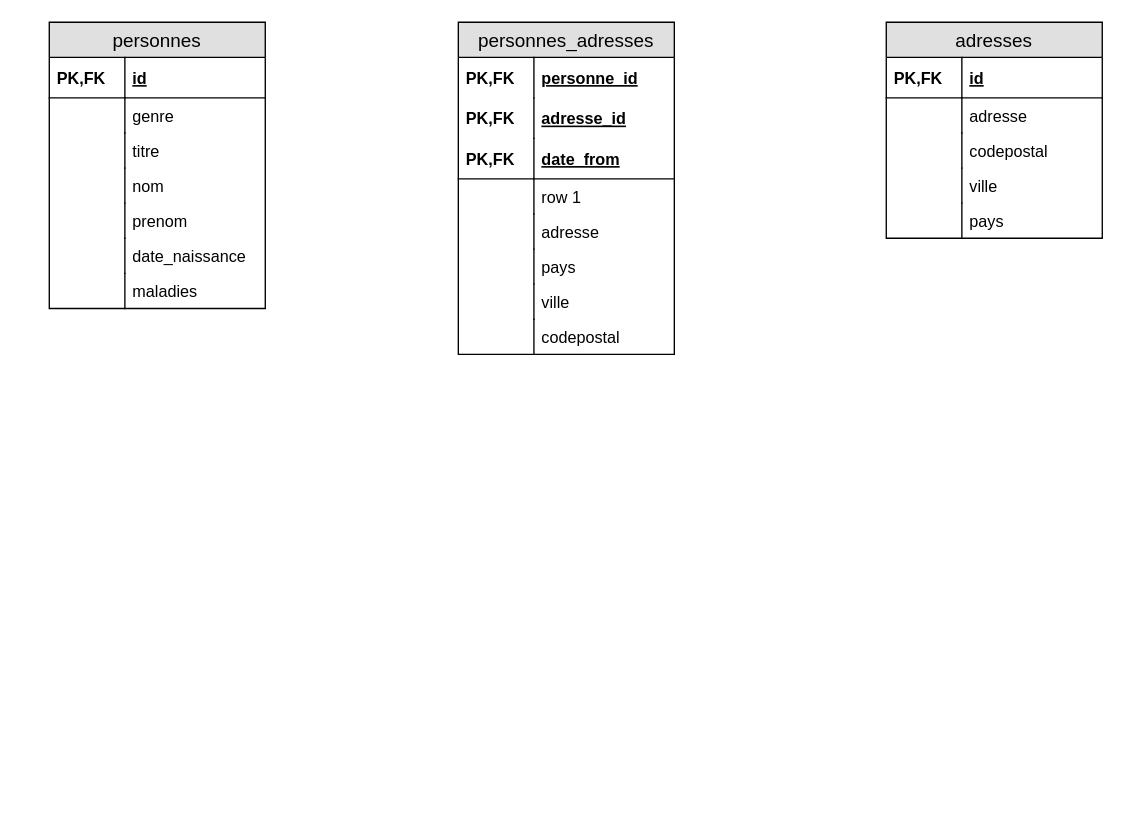
The draw.io diagram Untitled Diagram.drawio in uniswim/uniswim, before the edit. Source tidied: cells renumbered, new cells numbered last; positions are measured from the earlier drawing's top-left corner, leaving out a move shared by most shapes. Both pictures are drawn from the tidied source at 135%, with x=0, y=0 at pixel (49, 22).
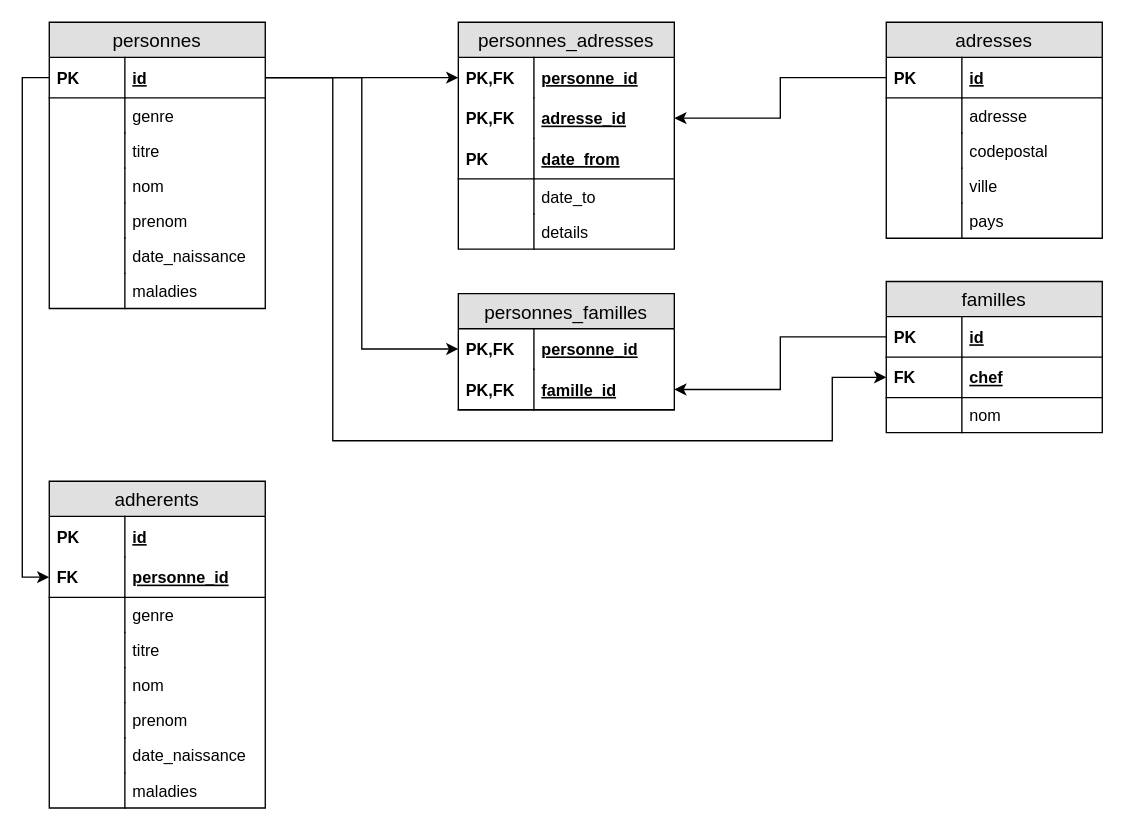
Above is the later version.

Unchanged cells that the change refers to:
```xml
<mxCell id="3" value="id" style="shape=partialRectangle;top=0;left=0;right=0;bottom=1;align=left;verticalAlign=middle;fillColor=none;spacingLeft=60;spacingRight=4;overflow=hidden;points=[[0,0.5],[1,0.5]];portConstraint=eastwest;fontStyle=5;fontSize=12;" parent="2" vertex="1">
  <mxGeometry y="26" width="160" height="30" as="geometry" />
</mxCell>
<mxCell id="18" value="id" style="shape=partialRectangle;top=0;left=0;right=0;bottom=1;align=left;verticalAlign=middle;fillColor=none;spacingLeft=60;spacingRight=4;overflow=hidden;points=[[0,0.5],[1,0.5]];portConstraint=eastwest;fontStyle=5;fontSize=12;" parent="17" vertex="1">
  <mxGeometry y="26" width="160" height="30" as="geometry" />
</mxCell>
<mxCell id="29" value="personne_id" style="shape=partialRectangle;top=0;left=0;right=0;bottom=1;align=left;verticalAlign=middle;fillColor=none;spacingLeft=60;spacingRight=4;overflow=hidden;points=[[0,0.5],[1,0.5]];portConstraint=eastwest;fontStyle=5;fontSize=12;strokeColor=none;" parent="28" vertex="1">
  <mxGeometry y="26" width="160" height="30" as="geometry" />
</mxCell>
<mxCell id="31" value="adresse_id" style="shape=partialRectangle;top=0;left=0;right=0;bottom=1;align=left;verticalAlign=middle;fillColor=none;spacingLeft=60;spacingRight=4;overflow=hidden;points=[[0,0.5],[1,0.5]];portConstraint=eastwest;fontStyle=5;fontSize=12;strokeColor=none;" parent="28" vertex="1">
  <mxGeometry y="56" width="160" height="30" as="geometry" />
</mxCell>
<mxCell id="33" value="date_from" style="shape=partialRectangle;top=0;left=0;right=0;bottom=1;align=left;verticalAlign=middle;fillColor=none;spacingLeft=60;spacingRight=4;overflow=hidden;fontStyle=5;fontSize=12;" parent="28" vertex="1">
  <mxGeometry y="86" width="160" height="30" as="geometry" />
</mxCell>
```

What changed in the source:
```diff
@@
-    <mxCell id="4" value="PK,FK" style="shape=partialRectangle;fontStyle=1;top=0;left=0;bottom=0;fillColor=none;align=left;verticalAlign=middle;spacingLeft=4;spacingRight=4;overflow=hidden;fontSize=12;" parent="3" vertex="1">
+    <mxCell id="4" value="PK" style="shape=partialRectangle;fontStyle=1;top=0;left=0;bottom=0;fillColor=none;align=left;verticalAlign=middle;spacingLeft=4;spacingRight=4;overflow=hidden;fontSize=12;" parent="3" vertex="1">
       <mxGeometry width="56" height="30" as="geometry" />
     </mxCell>
@@
-    <mxCell id="19" value="PK,FK" style="shape=partialRectangle;fontStyle=1;top=0;left=0;bottom=0;fillColor=none;align=left;verticalAlign=middle;spacingLeft=4;spacingRight=4;overflow=hidden;fontSize=12;" parent="18" vertex="1">
+    <mxCell id="19" value="PK" style="shape=partialRectangle;fontStyle=1;top=0;left=0;bottom=0;fillColor=none;align=left;verticalAlign=middle;spacingLeft=4;spacingRight=4;overflow=hidden;fontSize=12;" parent="18" vertex="1">
       <mxGeometry width="56" height="30" as="geometry" />
     </mxCell>
@@
     <mxCell id="28" value="personnes_adresses" style="swimlane;fontStyle=0;horizontal=1;startSize=26;fillColor=#e0e0e0;swimlaneFillColor=#ffffff;align=center;fontSize=14;" parent="1" vertex="1">
-      <mxGeometry x="303" width="160" height="246" as="geometry" />
+      <mxGeometry x="303" width="160" height="168" as="geometry" />
     </mxCell>
@@
-    <mxCell id="34" value="PK,FK" style="shape=partialRectangle;fontStyle=1;top=0;left=0;bottom=0;fillColor=none;align=left;verticalAlign=middle;spacingLeft=4;spacingRight=4;overflow=hidden;fontSize=12;" parent="33" vertex="1">
+    <mxCell id="34" value="PK" style="shape=partialRectangle;fontStyle=1;top=0;left=0;bottom=0;fillColor=none;align=left;verticalAlign=middle;spacingLeft=4;spacingRight=4;overflow=hidden;fontSize=12;" parent="33" vertex="1">
       <mxGeometry width="56" height="30" as="geometry" />
     </mxCell>
-    <mxCell id="35" value="row 1" style="shape=partialRectangle;top=0;left=0;right=0;bottom=0;align=left;verticalAlign=top;fillColor=none;spacingLeft=60;spacingRight=4;overflow=hidden;fontSize=12;" parent="28" vertex="1">
+    <mxCell id="35" value="date_to" style="shape=partialRectangle;top=0;left=0;right=0;bottom=0;align=left;verticalAlign=top;fillColor=none;spacingLeft=60;spacingRight=4;overflow=hidden;fontSize=12;" parent="28" vertex="1">
       <mxGeometry y="116" width="160" height="26" as="geometry" />
     </mxCell>
@@
-    <mxCell id="37" value="adresse" style="shape=partialRectangle;top=0;left=0;right=0;bottom=0;align=left;verticalAlign=top;fillColor=none;spacingLeft=60;spacingRight=4;overflow=hidden;fontSize=12;" parent="28" vertex="1">
+    <mxCell id="37" value="details" style="shape=partialRectangle;top=0;left=0;right=0;bottom=0;align=left;verticalAlign=top;fillColor=none;spacingLeft=60;spacingRight=4;overflow=hidden;fontSize=12;" parent="28" vertex="1">
       <mxGeometry y="142" width="160" height="26" as="geometry" />
     </mxCell>
@@
-    <mxCell id="39" value="pays" style="shape=partialRectangle;top=0;left=0;right=0;bottom=0;align=left;verticalAlign=top;fillColor=none;spacingLeft=60;spacingRight=4;overflow=hidden;fontSize=12;" parent="28" vertex="1">
-      <mxGeometry y="168" width="160" height="26" as="geometry" />
-    </mxCell>
-    <mxCell id="40" style="shape=partialRectangle;top=0;left=0;bottom=0;fillColor=none;align=left;verticalAlign=top;spacingLeft=4;spacingRight=4;overflow=hidden;fontSize=12;" parent="39" vertex="1">
-      <mxGeometry width="56" height="26" as="geometry" />
-    </mxCell>
-    <mxCell id="41" value="ville" style="shape=partialRectangle;top=0;left=0;right=0;bottom=0;align=left;verticalAlign=top;fillColor=none;spacingLeft=60;spacingRight=4;overflow=hidden;fontSize=12;" parent="28" vertex="1">
-      <mxGeometry y="194" width="160" height="26" as="geometry" />
-    </mxCell>
-    <mxCell id="42" style="shape=partialRectangle;top=0;left=0;bottom=0;fillColor=none;align=left;verticalAlign=top;spacingLeft=4;spacingRight=4;overflow=hidden;fontSize=12;" parent="41" vertex="1">
-      <mxGeometry width="56" height="26" as="geometry" />
-    </mxCell>
-    <mxCell id="43" value="codepostal" style="shape=partialRectangle;top=0;left=0;right=0;bottom=0;align=left;verticalAlign=top;fillColor=none;spacingLeft=60;spacingRight=4;overflow=hidden;fontSize=12;" parent="28" vertex="1">
-      <mxGeometry y="220" width="160" height="26" as="geometry" />
-    </mxCell>
-    <mxCell id="44" style="shape=partialRectangle;top=0;left=0;bottom=0;fillColor=none;align=left;verticalAlign=top;spacingLeft=4;spacingRight=4;overflow=hidden;fontSize=12;" parent="43" vertex="1">
-      <mxGeometry width="56" height="26" as="geometry" />
-    </mxCell>
+    <mxCell id="45" style="edgeStyle=orthogonalEdgeStyle;rounded=0;jettySize=auto;html=1;exitX=1;exitY=0.5;exitDx=0;exitDy=0;entryX=0;entryY=0.5;entryDx=0;entryDy=0;" parent="1" edge="1" source="3" target="29">
+      <mxGeometry relative="1" as="geometry" />
+    </mxCell>
+    <mxCell id="46" style="edgeStyle=orthogonalEdgeStyle;rounded=0;jettySize=auto;html=1;exitX=0;exitY=0.5;exitDx=0;exitDy=0;entryX=1;entryY=0.5;entryDx=0;entryDy=0;" parent="1" edge="1" source="18" target="31">
+      <mxGeometry relative="1" as="geometry" />
+    </mxCell>
+    <mxCell id="47" value="familles" style="swimlane;fontStyle=0;horizontal=1;startSize=26;fillColor=#e0e0e0;swimlaneFillColor=#ffffff;align=center;fontSize=14;" parent="1" vertex="1">
+      <mxGeometry x="620" y="192" width="160" height="112" as="geometry" />
+    </mxCell>
+    <mxCell id="48" value="id" style="shape=partialRectangle;top=0;left=0;right=0;bottom=1;align=left;verticalAlign=middle;fillColor=none;spacingLeft=60;spacingRight=4;overflow=hidden;points=[[0,0.5],[1,0.5]];portConstraint=eastwest;fontStyle=5;fontSize=12;" parent="47" vertex="1">
+      <mxGeometry y="26" width="160" height="30" as="geometry" />
+    </mxCell>
+    <mxCell id="49" value="PK" style="shape=partialRectangle;fontStyle=1;top=0;left=0;bottom=0;fillColor=none;align=left;verticalAlign=middle;spacingLeft=4;spacingRight=4;overflow=hidden;fontSize=12;" parent="48" vertex="1">
+      <mxGeometry width="56" height="30" as="geometry" />
+    </mxCell>
+    <mxCell id="50" value="chef" style="shape=partialRectangle;top=0;left=0;right=0;bottom=1;align=left;verticalAlign=middle;fillColor=none;spacingLeft=60;spacingRight=4;overflow=hidden;points=[[0,0.5],[1,0.5]];portConstraint=eastwest;fontStyle=5;fontSize=12;" parent="47" vertex="1">
+      <mxGeometry y="56" width="160" height="30" as="geometry" />
+    </mxCell>
+    <mxCell id="51" value="FK" style="shape=partialRectangle;fontStyle=1;top=0;left=0;bottom=0;fillColor=none;align=left;verticalAlign=middle;spacingLeft=4;spacingRight=4;overflow=hidden;fontSize=12;" parent="50" vertex="1">
+      <mxGeometry width="56" height="30" as="geometry" />
+    </mxCell>
+    <mxCell id="52" value="nom" style="shape=partialRectangle;top=0;left=0;right=0;bottom=0;align=left;verticalAlign=top;fillColor=none;spacingLeft=60;spacingRight=4;overflow=hidden;fontSize=12;" parent="47" vertex="1">
+      <mxGeometry y="86" width="160" height="26" as="geometry" />
+    </mxCell>
+    <mxCell id="53" style="shape=partialRectangle;top=0;left=0;bottom=0;fillColor=none;align=left;verticalAlign=top;spacingLeft=4;spacingRight=4;overflow=hidden;fontSize=12;" parent="52" vertex="1">
+      <mxGeometry width="56" height="26" as="geometry" />
+    </mxCell>
+    <mxCell id="54" value="personnes_familles" style="swimlane;fontStyle=0;horizontal=1;startSize=26;fillColor=#e0e0e0;swimlaneFillColor=#ffffff;align=center;fontSize=14;" parent="1" vertex="1">
+      <mxGeometry x="303" y="201" width="160" height="86" as="geometry" />
+    </mxCell>
+    <mxCell id="55" value="personne_id" style="shape=partialRectangle;top=0;left=0;right=0;bottom=1;align=left;verticalAlign=middle;fillColor=none;spacingLeft=60;spacingRight=4;overflow=hidden;points=[[0,0.5],[1,0.5]];portConstraint=eastwest;fontStyle=5;fontSize=12;strokeColor=none;" parent="54" vertex="1">
+      <mxGeometry y="26" width="160" height="30" as="geometry" />
+    </mxCell>
+    <mxCell id="56" value="PK,FK" style="shape=partialRectangle;fontStyle=1;top=0;left=0;bottom=0;fillColor=none;align=left;verticalAlign=middle;spacingLeft=4;spacingRight=4;overflow=hidden;fontSize=12;" parent="55" vertex="1">
+      <mxGeometry width="56" height="30" as="geometry" />
+    </mxCell>
+    <mxCell id="57" value="famille_id" style="shape=partialRectangle;top=0;left=0;right=0;bottom=1;align=left;verticalAlign=middle;fillColor=none;spacingLeft=60;spacingRight=4;overflow=hidden;points=[[0,0.5],[1,0.5]];portConstraint=eastwest;fontStyle=5;fontSize=12;strokeColor=#000000;" parent="54" vertex="1">
+      <mxGeometry y="56" width="160" height="30" as="geometry" />
+    </mxCell>
+    <mxCell id="58" value="PK,FK" style="shape=partialRectangle;fontStyle=1;top=0;left=0;bottom=0;fillColor=none;align=left;verticalAlign=middle;spacingLeft=4;spacingRight=4;overflow=hidden;fontSize=12;" parent="57" vertex="1">
+      <mxGeometry width="56" height="30" as="geometry" />
+    </mxCell>
+    <mxCell id="59" style="edgeStyle=orthogonalEdgeStyle;rounded=0;jettySize=auto;html=1;exitX=1;exitY=0.5;exitDx=0;exitDy=0;entryX=0;entryY=0.5;entryDx=0;entryDy=0;" parent="1" edge="1" source="3" target="55">
+      <mxGeometry relative="1" as="geometry" />
+    </mxCell>
+    <mxCell id="60" style="edgeStyle=orthogonalEdgeStyle;rounded=0;jettySize=auto;html=1;exitX=0;exitY=0.5;exitDx=0;exitDy=0;entryX=1;entryY=0.5;entryDx=0;entryDy=0;" parent="1" edge="1" source="48" target="57">
+      <mxGeometry relative="1" as="geometry" />
+    </mxCell>
+    <mxCell id="61" style="edgeStyle=orthogonalEdgeStyle;rounded=0;jettySize=auto;html=1;exitX=1;exitY=0.5;exitDx=0;exitDy=0;entryX=0;entryY=0.5;entryDx=0;entryDy=0;" parent="1" edge="1" source="3" target="50">
+      <mxGeometry relative="1" as="geometry">
+        <Array as="points">
+          <mxPoint x="210" y="41" />
+          <mxPoint x="210" y="310" />
+          <mxPoint x="580" y="310" />
+          <mxPoint x="580" y="263" />
+        </Array>
+      </mxGeometry>
+    </mxCell>
+    <mxCell id="62" value="adherents" style="swimlane;fontStyle=0;horizontal=1;startSize=26;fillColor=#e0e0e0;swimlaneFillColor=#ffffff;align=center;fontSize=14;" parent="1" vertex="1">
+      <mxGeometry y="340" width="160" height="242" as="geometry" />
+    </mxCell>
+    <mxCell id="63" value="id" style="shape=partialRectangle;top=0;left=0;right=0;bottom=1;align=left;verticalAlign=middle;fillColor=none;spacingLeft=60;spacingRight=4;overflow=hidden;fontStyle=5;fontSize=12;strokeColor=none;" parent="62" vertex="1">
+      <mxGeometry y="26" width="160" height="30" as="geometry" />
+    </mxCell>
+    <mxCell id="64" value="PK" style="shape=partialRectangle;fontStyle=1;top=0;left=0;bottom=0;fillColor=none;align=left;verticalAlign=middle;spacingLeft=4;spacingRight=4;overflow=hidden;fontSize=12;" parent="63" vertex="1">
+      <mxGeometry width="56" height="30" as="geometry" />
+    </mxCell>
+    <mxCell id="65" value="personne_id" style="shape=partialRectangle;top=0;left=0;right=0;bottom=1;align=left;verticalAlign=middle;fillColor=none;spacingLeft=60;spacingRight=4;overflow=hidden;points=[[0,0.5],[1,0.5]];portConstraint=eastwest;fontStyle=5;fontSize=12;" parent="62" vertex="1">
+      <mxGeometry y="56" width="160" height="30" as="geometry" />
+    </mxCell>
+    <mxCell id="66" value="FK" style="shape=partialRectangle;fontStyle=1;top=0;left=0;bottom=0;fillColor=none;align=left;verticalAlign=middle;spacingLeft=4;spacingRight=4;overflow=hidden;fontSize=12;" parent="65" vertex="1">
+      <mxGeometry width="56" height="30" as="geometry" />
+    </mxCell>
+    <mxCell id="67" value="genre" style="shape=partialRectangle;top=0;left=0;right=0;bottom=0;align=left;verticalAlign=top;fillColor=none;spacingLeft=60;spacingRight=4;overflow=hidden;fontSize=12;" parent="62" vertex="1">
+      <mxGeometry y="86" width="160" height="26" as="geometry" />
+    </mxCell>
+    <mxCell id="68" style="shape=partialRectangle;top=0;left=0;bottom=0;fillColor=none;align=left;verticalAlign=top;spacingLeft=4;spacingRight=4;overflow=hidden;fontSize=12;" parent="67" vertex="1">
+      <mxGeometry width="56" height="26" as="geometry" />
+    </mxCell>
+    <mxCell id="69" value="titre" style="shape=partialRectangle;top=0;left=0;right=0;bottom=0;align=left;verticalAlign=top;fillColor=none;spacingLeft=60;spacingRight=4;overflow=hidden;fontSize=12;" parent="62" vertex="1">
+      <mxGeometry y="112" width="160" height="26" as="geometry" />
+    </mxCell>
+    <mxCell id="70" style="shape=partialRectangle;top=0;left=0;bottom=0;fillColor=none;align=left;verticalAlign=top;spacingLeft=4;spacingRight=4;overflow=hidden;fontSize=12;" parent="69" vertex="1">
+      <mxGeometry width="56" height="26" as="geometry" />
+    </mxCell>
+    <mxCell id="71" value="nom" style="shape=partialRectangle;top=0;left=0;right=0;bottom=0;align=left;verticalAlign=top;fillColor=none;spacingLeft=60;spacingRight=4;overflow=hidden;fontSize=12;" parent="62" vertex="1">
+      <mxGeometry y="138" width="160" height="26" as="geometry" />
+    </mxCell>
+    <mxCell id="72" style="shape=partialRectangle;top=0;left=0;bottom=0;fillColor=none;align=left;verticalAlign=top;spacingLeft=4;spacingRight=4;overflow=hidden;fontSize=12;" parent="71" vertex="1">
+      <mxGeometry width="56" height="26" as="geometry" />
+    </mxCell>
+    <mxCell id="73" value="prenom" style="shape=partialRectangle;top=0;left=0;right=0;bottom=0;align=left;verticalAlign=top;fillColor=none;spacingLeft=60;spacingRight=4;overflow=hidden;fontSize=12;" parent="62" vertex="1">
+      <mxGeometry y="164" width="160" height="26" as="geometry" />
+    </mxCell>
+    <mxCell id="74" style="shape=partialRectangle;top=0;left=0;bottom=0;fillColor=none;align=left;verticalAlign=top;spacingLeft=4;spacingRight=4;overflow=hidden;fontSize=12;" parent="73" vertex="1">
+      <mxGeometry width="56" height="26" as="geometry" />
+    </mxCell>
+    <mxCell id="75" value="date_naissance" style="shape=partialRectangle;top=0;left=0;right=0;bottom=0;align=left;verticalAlign=top;fillColor=none;spacingLeft=60;spacingRight=4;overflow=hidden;fontSize=12;" parent="62" vertex="1">
+      <mxGeometry y="190" width="160" height="26" as="geometry" />
+    </mxCell>
+    <mxCell id="76" style="shape=partialRectangle;top=0;left=0;bottom=0;fillColor=none;align=left;verticalAlign=top;spacingLeft=4;spacingRight=4;overflow=hidden;fontSize=12;" parent="75" vertex="1">
+      <mxGeometry width="56" height="26" as="geometry" />
+    </mxCell>
+    <mxCell id="77" value="maladies" style="shape=partialRectangle;top=0;left=0;right=0;bottom=0;align=left;verticalAlign=top;fillColor=none;spacingLeft=60;spacingRight=4;overflow=hidden;fontSize=12;" parent="62" vertex="1">
+      <mxGeometry y="216" width="160" height="26" as="geometry" />
+    </mxCell>
+    <mxCell id="78" style="shape=partialRectangle;top=0;left=0;bottom=0;fillColor=none;align=left;verticalAlign=top;spacingLeft=4;spacingRight=4;overflow=hidden;fontSize=12;" parent="77" vertex="1">
+      <mxGeometry width="56" height="26" as="geometry" />
+    </mxCell>
+    <mxCell id="79" style="edgeStyle=orthogonalEdgeStyle;rounded=0;jettySize=auto;html=1;exitX=0;exitY=0.5;exitDx=0;exitDy=0;entryX=0;entryY=0.5;entryDx=0;entryDy=0;" parent="1" edge="1" source="3" target="65">
+      <mxGeometry relative="1" as="geometry" />
+    </mxCell>
```
